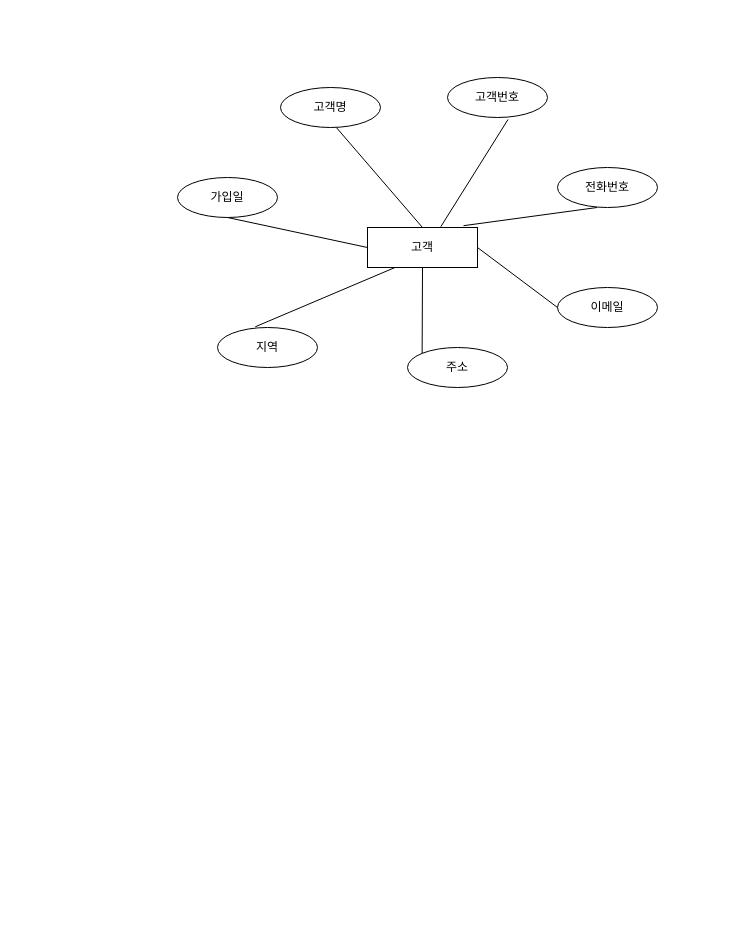
This is erd.drawio from Parktaewoo11/ai8-erd, a draw.io file, before an edit. Source tidied: cells renumbered, new cells numbered last; positions are measured from the earlier drawing's top-left corner, leaving out a move shared by most shapes. Both pictures are drawn from the tidied source at 100%, with x=0, y=0 at pixel (177, 77).
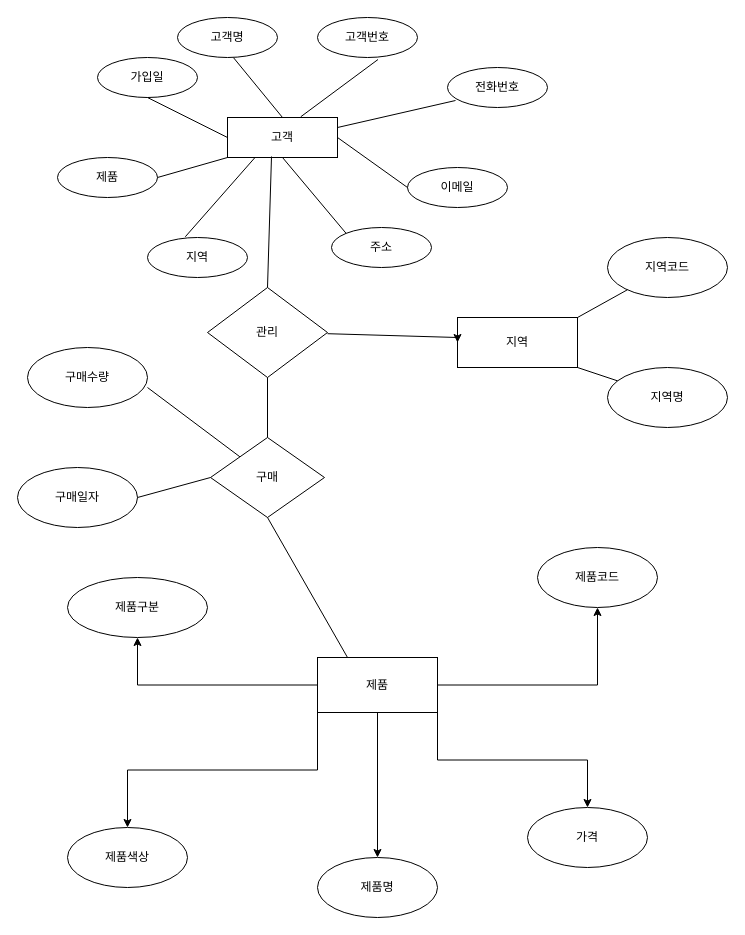
The same page after the edit.

Diff of the diagram source:
```diff
@@
     <mxCell id="2" value="고객" style="whiteSpace=wrap;html=1;align=center;" parent="1" vertex="1">
-      <mxGeometry x="190" y="150" width="110" height="40" as="geometry" />
+      <mxGeometry x="50" y="40" width="110" height="40" as="geometry" />
     </mxCell>
     <mxCell id="3" value="고객명" style="ellipse;whiteSpace=wrap;html=1;align=center;" parent="1" vertex="1">
-      <mxGeometry x="103" y="10" width="100" height="40" as="geometry" />
+      <mxGeometry y="-60" width="100" height="40" as="geometry" />
     </mxCell>
     <mxCell id="4" value="전화번호" style="ellipse;whiteSpace=wrap;html=1;align=center;strokeColor=default;fillOpacity=100;" parent="1" vertex="1">
-      <mxGeometry x="380" y="90" width="100" height="40" as="geometry" />
+      <mxGeometry x="270" y="-10" width="100" height="40" as="geometry" />
     </mxCell>
     <mxCell id="5" value="이메일" style="ellipse;whiteSpace=wrap;html=1;align=center;" parent="1" vertex="1">
-      <mxGeometry x="380" y="210" width="100" height="40" as="geometry" />
+      <mxGeometry x="230" y="90" width="100" height="40" as="geometry" />
     </mxCell>
     <mxCell id="6" value="주소" style="ellipse;whiteSpace=wrap;html=1;align=center;" parent="1" vertex="1">
-      <mxGeometry x="230" y="270" width="100" height="40" as="geometry" />
+      <mxGeometry x="154" y="150" width="100" height="40" as="geometry" />
     </mxCell>
     <mxCell id="7" value="&lt;font style=&quot;font-size: 12px;&quot;&gt;지역&lt;/font&gt;" style="ellipse;whiteSpace=wrap;html=1;align=center;" parent="1" vertex="1">
-      <mxGeometry x="40" y="250" width="100" height="40" as="geometry" />
+      <mxGeometry x="-30" y="160" width="100" height="40" as="geometry" />
     </mxCell>
@@
-    <mxCell id="9" style="endArrow=none;html=1;rounded=0;exitX=0.873;exitY=0.027;exitDx=0;exitDy=0;exitPerimeter=0;entryX=0.396;entryY=1.073;entryDx=0;entryDy=0;entryPerimeter=0;" parent="1" edge="1">
-      <mxGeometry relative="1" as="geometry">
-        <mxPoint x="286" y="148.2" as="sourcePoint" />
-        <mxPoint x="419.6" y="130" as="targetPoint" />
-      </mxGeometry>
+    <mxCell id="9" style="endArrow=none;html=1;rounded=0;exitX=1;exitY=0.25;exitDx=0;exitDy=0;entryX=0.08;entryY=0.825;entryDx=0;entryDy=0;entryPerimeter=0;" parent="1" edge="1" source="2" target="4">
+      <mxGeometry relative="1" as="geometry" />
     </mxCell>
@@
     <mxCell id="11" value="가입일" style="ellipse;whiteSpace=wrap;html=1;align=center;" parent="1" vertex="1">
-      <mxGeometry y="100" width="100" height="40" as="geometry" />
+      <mxGeometry x="-80" y="-20" width="100" height="40" as="geometry" />
     </mxCell>
@@
     <mxCell id="15" value="고객번호" style="ellipse;whiteSpace=wrap;html=1;align=center;" parent="1" vertex="1">
-      <mxGeometry x="270" width="100" height="40" as="geometry" />
+      <mxGeometry x="140" y="-60" width="100" height="40" as="geometry" />
     </mxCell>
@@
+    <mxCell id="17" value="제품" style="ellipse;whiteSpace=wrap;html=1;align=center;" parent="1" vertex="1">
+      <mxGeometry x="-120" y="80" width="100" height="40" as="geometry" />
+    </mxCell>
+    <mxCell id="18" style="endArrow=none;html=1;rounded=0;exitX=1;exitY=0.5;exitDx=0;exitDy=0;entryX=0;entryY=1;entryDx=0;entryDy=0;" parent="1" edge="1" source="17" target="2">
+      <mxGeometry relative="1" as="geometry" />
+    </mxCell>
+    <mxCell id="19" style="edgeStyle=orthogonalEdgeStyle;rounded=0;jettySize=auto;html=1;" parent="1" edge="1" source="24" target="27">
+      <mxGeometry relative="1" as="geometry" />
+    </mxCell>
+    <mxCell id="20" style="edgeStyle=orthogonalEdgeStyle;rounded=0;jettySize=auto;html=1;" parent="1" edge="1" source="24" target="25">
+      <mxGeometry relative="1" as="geometry" />
+    </mxCell>
+    <mxCell id="21" style="edgeStyle=orthogonalEdgeStyle;rounded=0;jettySize=auto;html=1;exitX=0;exitY=1;exitDx=0;exitDy=0;" parent="1" edge="1" source="24" target="29">
+      <mxGeometry relative="1" as="geometry" />
+    </mxCell>
+    <mxCell id="22" style="edgeStyle=orthogonalEdgeStyle;rounded=0;jettySize=auto;html=1;" parent="1" edge="1" source="24" target="26">
+      <mxGeometry relative="1" as="geometry" />
+    </mxCell>
+    <mxCell id="23" style="edgeStyle=orthogonalEdgeStyle;rounded=0;jettySize=auto;html=1;exitX=1;exitY=1;exitDx=0;exitDy=0;" parent="1" edge="1" source="24" target="28">
+      <mxGeometry relative="1" as="geometry" />
+    </mxCell>
+    <mxCell id="24" value="제품" style="rounded=0;whiteSpace=wrap;html=1;gradientColor=none;fillColor=default;" parent="1" vertex="1">
+      <mxGeometry x="140" y="580" width="120" height="55" as="geometry" />
+    </mxCell>
+    <mxCell id="25" value="제품명" style="ellipse;whiteSpace=wrap;html=1;" parent="1" vertex="1">
+      <mxGeometry x="140" y="780" width="120" height="60" as="geometry" />
+    </mxCell>
+    <mxCell id="26" value="제품코드" style="ellipse;whiteSpace=wrap;html=1;" parent="1" vertex="1">
+      <mxGeometry x="360" y="470" width="120" height="60" as="geometry" />
+    </mxCell>
+    <mxCell id="27" value="제품구분" style="ellipse;whiteSpace=wrap;html=1;" parent="1" vertex="1">
+      <mxGeometry x="-110" y="500" width="140" height="60" as="geometry" />
+    </mxCell>
+    <mxCell id="28" value="가격" style="ellipse;whiteSpace=wrap;html=1;" parent="1" vertex="1">
+      <mxGeometry x="350" y="730" width="120" height="60" as="geometry" />
+    </mxCell>
+    <mxCell id="29" value="제품색상" style="ellipse;whiteSpace=wrap;html=1;" parent="1" vertex="1">
+      <mxGeometry x="-110" y="750" width="120" height="60" as="geometry" />
+    </mxCell>
+    <mxCell id="30" value="관리" style="rhombus;whiteSpace=wrap;html=1;" parent="1" vertex="1">
+      <mxGeometry x="30" y="210" width="120" height="90" as="geometry" />
+    </mxCell>
+    <mxCell id="31" style="endArrow=none;html=1;rounded=0;exitX=0.5;exitY=0;exitDx=0;exitDy=0;entryX=0.4;entryY=0.975;entryDx=0;entryDy=0;entryPerimeter=0;" parent="1" edge="1" source="30" target="2">
+      <mxGeometry relative="1" as="geometry" />
+    </mxCell>
+    <mxCell id="32" value="지역" style="rounded=0;whiteSpace=wrap;html=1;" parent="1" vertex="1">
+      <mxGeometry x="280" y="240" width="120" height="50" as="geometry" />
+    </mxCell>
+    <mxCell id="33" style="endArrow=none;html=1;rounded=0;exitX=1;exitY=0.5;exitDx=0;exitDy=0;" parent="1" edge="1">
+      <mxGeometry relative="1" as="geometry">
+        <mxPoint x="150" y="256.2" as="sourcePoint" />
+        <mxPoint x="280" y="260" as="targetPoint" />
+      </mxGeometry>
+    </mxCell>
+    <mxCell id="34" style="edgeStyle=orthogonalEdgeStyle;rounded=0;orthogonalLoop=1;jettySize=auto;html=1;exitX=0;exitY=0.25;exitDx=0;exitDy=0;entryX=0;entryY=0.5;entryDx=0;entryDy=0;" parent="1" edge="1" source="32" target="32">
+      <mxGeometry relative="1" as="geometry" />
+    </mxCell>
+    <mxCell id="35" value="지역코드" style="ellipse;whiteSpace=wrap;html=1;" parent="1" vertex="1">
+      <mxGeometry x="430" y="160" width="120" height="60" as="geometry" />
+    </mxCell>
+    <mxCell id="36" value="지역명" style="ellipse;whiteSpace=wrap;html=1;" parent="1" vertex="1">
+      <mxGeometry x="430" y="290" width="120" height="60" as="geometry" />
+    </mxCell>
+    <mxCell id="37" style="endArrow=none;html=1;rounded=0;exitX=1;exitY=0;exitDx=0;exitDy=0;" parent="1" edge="1" source="32" target="35">
+      <mxGeometry relative="1" as="geometry" />
+    </mxCell>
+    <mxCell id="38" style="endArrow=none;html=1;rounded=0;exitX=1;exitY=1;exitDx=0;exitDy=0;" parent="1" edge="1" source="32" target="36">
+      <mxGeometry relative="1" as="geometry" />
+    </mxCell>
+    <mxCell id="39" value="구매" style="rhombus;whiteSpace=wrap;html=1;" parent="1" vertex="1">
+      <mxGeometry x="33" y="360" width="114" height="80" as="geometry" />
+    </mxCell>
+    <mxCell id="40" style="endArrow=none;html=1;rounded=0;exitX=0.5;exitY=0;exitDx=0;exitDy=0;entryX=0.5;entryY=1;entryDx=0;entryDy=0;" parent="1" edge="1" source="39" target="30">
+      <mxGeometry relative="1" as="geometry" />
+    </mxCell>
+    <mxCell id="41" value="구매수량" style="ellipse;whiteSpace=wrap;html=1;" parent="1" vertex="1">
+      <mxGeometry x="-150" y="270" width="120" height="60" as="geometry" />
+    </mxCell>
+    <mxCell id="42" value="구매일자" style="ellipse;whiteSpace=wrap;html=1;" parent="1" vertex="1">
+      <mxGeometry x="-160" y="390" width="120" height="60" as="geometry" />
+    </mxCell>
+    <mxCell id="43" style="endArrow=none;html=1;rounded=0;exitX=1;exitY=0.667;exitDx=0;exitDy=0;exitPerimeter=0;" parent="1" edge="1" source="41" target="39">
+      <mxGeometry relative="1" as="geometry" />
+    </mxCell>
+    <mxCell id="44" style="endArrow=none;html=1;rounded=0;exitX=1;exitY=0.5;exitDx=0;exitDy=0;entryX=0;entryY=0.5;entryDx=0;entryDy=0;" parent="1" edge="1" source="42" target="39">
+      <mxGeometry relative="1" as="geometry" />
+    </mxCell>
+    <mxCell id="45" style="endArrow=none;html=1;rounded=0;entryX=0.5;entryY=1;entryDx=0;entryDy=0;exitX=0.25;exitY=0;exitDx=0;exitDy=0;" parent="1" edge="1" source="24" target="39">
+      <mxGeometry relative="1" as="geometry" />
+    </mxCell>
```
